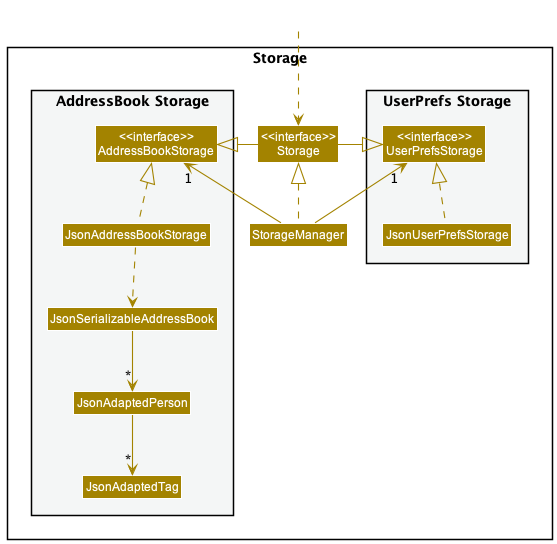
Above: docs/images/StorageClassDiagram.png in nus-cs2103-AY2223S2/tp (PlantUML), before the change. Its diagram source:
```plantuml
@startuml
!include style.puml
skinparam arrowThickness 1.1
skinparam arrowColor STORAGE_COLOR
skinparam classBackgroundColor STORAGE_COLOR

package Storage{

package "UserPrefs Storage" #F4F6F6{
Class "<<interface>>\nUserPrefsStorage" as UserPrefsStorage
Class JsonUserPrefsStorage
}

Class "<<interface>>\nStorage" as Storage
Class StorageManager

package "AddressBook Storage" #F4F6F6{
Class "<<interface>>\nAddressBookStorage" as AddressBookStorage
Class JsonAddressBookStorage
Class JsonSerializableAddressBook
Class JsonAdaptedPerson
Class JsonAdaptedTag
}

}

Class HiddenOutside #FFFFFF
HiddenOutside ..> Storage

StorageManager .up.|> Storage
StorageManager -up-> "1" UserPrefsStorage
StorageManager -up-> "1" AddressBookStorage

Storage -left-|> UserPrefsStorage
Storage -right-|> AddressBookStorage

JsonUserPrefsStorage .up.|> UserPrefsStorage
JsonAddressBookStorage .up.|> AddressBookStorage
JsonAddressBookStorage ..> JsonSerializableAddressBook
JsonSerializableAddressBook --> "*" JsonAdaptedPerson
JsonAdaptedPerson --> "*" JsonAdaptedTag

@enduml
```
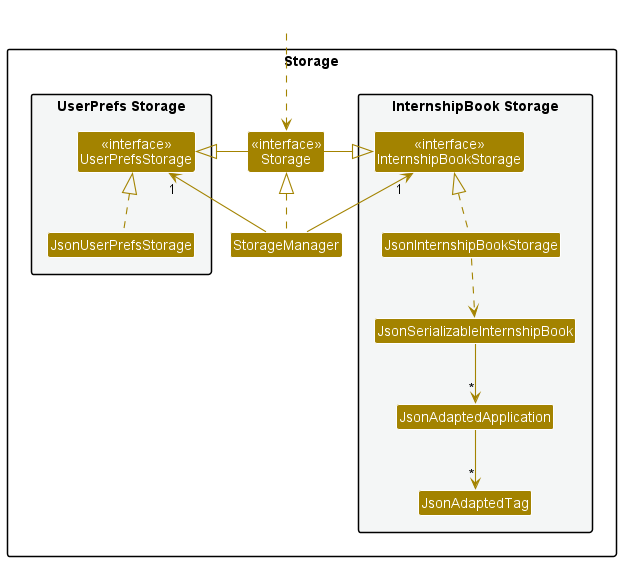
The same file after the commit.

The edit, as a diff of the source:
```diff
@@ -11,33 +11,33 @@
 Class JsonUserPrefsStorage
 }
 
-Class "<<interface>>\nStorage" as Storage
+Class "<<interface>>\nStorage" as StorageInterface
 Class StorageManager
 
-package "AddressBook Storage" #F4F6F6{
-Class "<<interface>>\nAddressBookStorage" as AddressBookStorage
-Class JsonAddressBookStorage
-Class JsonSerializableAddressBook
-Class JsonAdaptedPerson
+package "InternshipBook Storage" #F4F6F6{
+Class "<<interface>>\nInternshipBookStorage" as InternshipBookStorage
+Class JsonInternshipBookStorage
+Class JsonSerializableInternshipBook
+Class JsonAdaptedApplication
 Class JsonAdaptedTag
 }
 
 }
 
 Class HiddenOutside #FFFFFF
-HiddenOutside ..> Storage
+HiddenOutside ..> StorageInterface
 
-StorageManager .up.|> Storage
+StorageManager .up.|> StorageInterface
 StorageManager -up-> "1" UserPrefsStorage
-StorageManager -up-> "1" AddressBookStorage
+StorageManager -up-> "1" InternshipBookStorage
 
-Storage -left-|> UserPrefsStorage
-Storage -right-|> AddressBookStorage
+StorageInterface -left-|> UserPrefsStorage
+StorageInterface -right-|> InternshipBookStorage
 
 JsonUserPrefsStorage .up.|> UserPrefsStorage
-JsonAddressBookStorage .up.|> AddressBookStorage
-JsonAddressBookStorage ..> JsonSerializableAddressBook
-JsonSerializableAddressBook --> "*" JsonAdaptedPerson
-JsonAdaptedPerson --> "*" JsonAdaptedTag
+JsonInternshipBookStorage .up.|> InternshipBookStorage
+JsonInternshipBookStorage ..> JsonSerializableInternshipBook
+JsonSerializableInternshipBook --> "*" JsonAdaptedApplication
+JsonAdaptedApplication --> "*" JsonAdaptedTag
 
 @enduml
```
